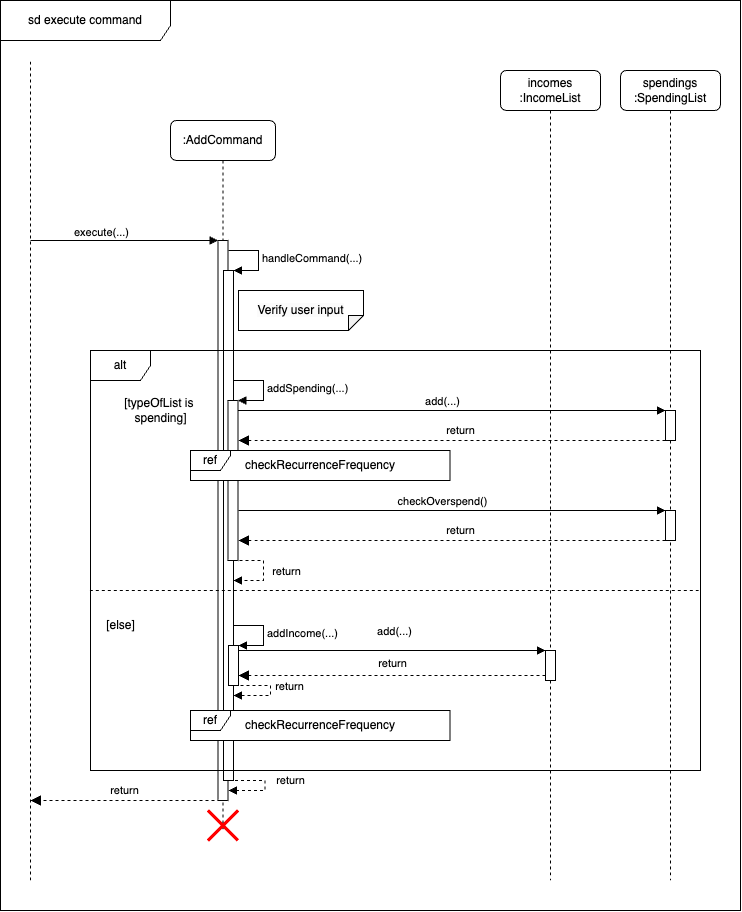
This is docs/Diagrams/Commands/addCommandSequence.png from wongwh2002/CS2113TeamProject, a draw.io export, as it was before one commit. Source tidied: cells renumbered, new cells last; positions are measured from the earlier drawing's top-left corner, leaving out a move shared by most shapes.
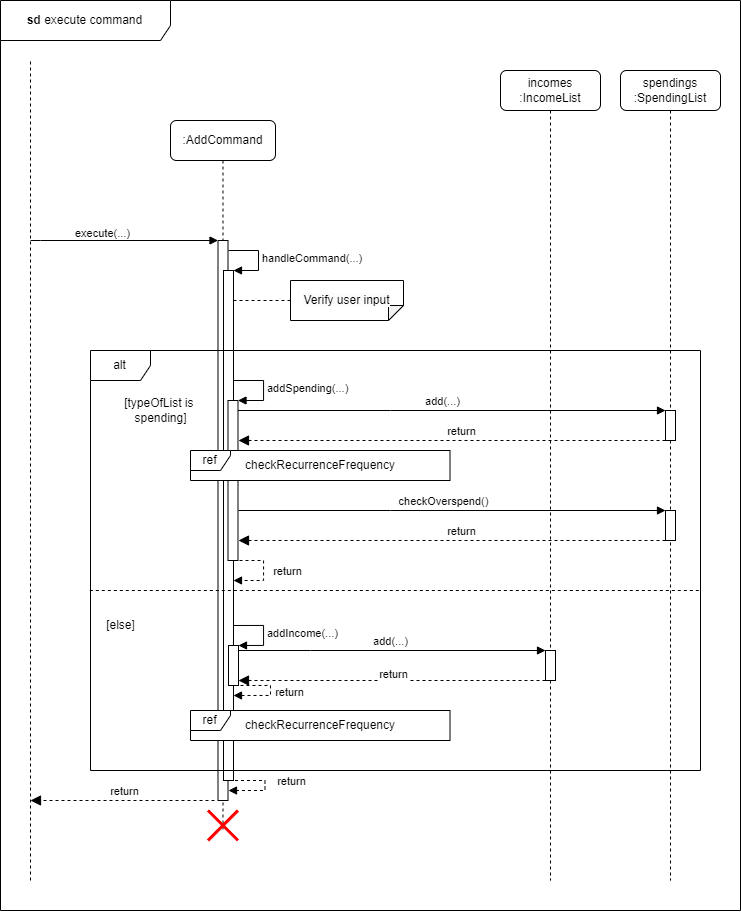
Later version of the same file.

The edit, as a diff of the source:
```diff
@@ -2,7 +2,7 @@
   <root>
     <mxCell id="0" />
     <mxCell id="1" parent="0" />
-    <mxCell id="2" value="sd execute command" style="shape=umlFrame;whiteSpace=wrap;html=1;swimlaneFillColor=default;width=170;height=40;" parent="1" vertex="1">
+    <mxCell id="2" value="&lt;b&gt;sd&lt;/b&gt; execute command" style="shape=umlFrame;whiteSpace=wrap;html=1;swimlaneFillColor=default;width=170;height=40;" parent="1" vertex="1">
       <mxGeometry width="740" height="910" as="geometry" />
     </mxCell>
     <mxCell id="3" value=":AddCommand" style="shape=umlLifeline;rounded=1;whiteSpace=wrap;html=1;newEdgeStyle={&quot;curved&quot;:0,&quot;rounded&quot;:0};targetShapes=umlLifeline;participant=label;perimeter=rectanglePerimeter;" parent="1" vertex="1">
@@ -106,16 +106,17 @@
       </mxGeometry>
     </mxCell>
     <mxCell id="25" value="add(...)" style="html=1;verticalAlign=bottom;endArrow=block;curved=0;rounded=0;" parent="1" edge="1" target="14">
-      <mxGeometry x="0.02" y="10" relative="1" as="geometry">
+      <mxGeometry x="-0.01" relative="1" as="geometry">
         <mxPoint x="238" y="650" as="sourcePoint" />
         <Array as="points">
           <mxPoint x="310" y="650" />
         </Array>
       </mxGeometry>
     </mxCell>
-    <mxCell id="26" style="html=1;verticalAlign=bottom;endArrow=block;dashed=1;endSize=8;curved=0;rounded=0;exitX=0;exitY=1;exitDx=0;exitDy=-5;entryX=1;entryY=1;entryDx=0;entryDy=-5;entryPerimeter=0;endFill=1;" parent="1" edge="1" source="14">
+    <mxCell id="26" style="html=1;verticalAlign=bottom;endArrow=block;dashed=1;endSize=8;curved=0;rounded=0;exitX=0;exitY=1;exitDx=0;exitDy=-5;entryX=1;entryY=1;entryDx=0;entryDy=-5;entryPerimeter=0;endFill=1;" parent="1" edge="1">
       <mxGeometry relative="1" as="geometry">
-        <mxPoint x="238" y="675" as="targetPoint" />
+        <mxPoint x="545" y="680" as="sourcePoint" />
+        <mxPoint x="238" y="680" as="targetPoint" />
       </mxGeometry>
     </mxCell>
     <mxCell id="27" style="endArrow=none;dashed=1;html=1;rounded=0;exitX=-0.001;exitY=0.532;exitDx=0;exitDy=0;exitPerimeter=0;" parent="1" edge="1">
@@ -160,12 +161,12 @@
       </mxGeometry>
     </mxCell>
     <mxCell id="32" value="return" style="edgeLabel;html=1;align=center;verticalAlign=middle;" parent="1" vertex="1">
-      <mxGeometry x="307.5" y="685" as="geometry">
+      <mxGeometry x="307.5" y="690" as="geometry">
         <mxPoint x="-19" y="1" as="offset" />
       </mxGeometry>
     </mxCell>
     <mxCell id="33" value="return" style="edgeLabel;html=1;align=center;verticalAlign=middle;" parent="1" vertex="1">
-      <mxGeometry x="290" y="660" as="geometry">
+      <mxGeometry x="290" y="670" as="geometry">
         <mxPoint x="102" y="3" as="offset" />
       </mxGeometry>
     </mxCell>
@@ -179,7 +180,7 @@
       </mxGeometry>
     </mxCell>
     <mxCell id="36" value="&lt;meta charset=&quot;utf-8&quot;&gt;&lt;span style=&quot;color: rgb(0, 0, 0); font-family: Helvetica; font-size: 12px; font-style: normal; font-variant-ligatures: normal; font-variant-caps: normal; font-weight: 400; letter-spacing: normal; orphans: 2; text-align: center; text-indent: 0px; text-transform: none; widows: 2; word-spacing: 0px; -webkit-text-stroke-width: 0px; white-space: nowrap; background-color: rgb(251, 251, 251); text-decoration-thickness: initial; text-decoration-style: initial; text-decoration-color: initial; display: inline !important; float: none;&quot;&gt;Verify user input&lt;/span&gt;" style="shape=note;whiteSpace=wrap;html=1;backgroundOutline=1;darkOpacity=0.05;flipV=1;size=15;" parent="1" vertex="1">
-      <mxGeometry x="238" y="290" width="125" height="40" as="geometry" />
+      <mxGeometry x="290" y="280" width="113" height="40" as="geometry" />
     </mxCell>
     <mxCell id="37" style="group;" parent="1" vertex="1">
       <mxGeometry x="190" y="450" width="259.5" height="30" as="geometry" />
@@ -231,5 +232,10 @@
         <mxPoint x="35" y="-12" as="offset" />
       </mxGeometry>
     </mxCell>
+    <mxCell id="48" style="endArrow=none;dashed=1;html=1;rounded=0;" parent="1" edge="1" source="5">
+      <mxGeometry relative="1" as="geometry">
+        <mxPoint x="290" y="300" as="targetPoint" />
+      </mxGeometry>
+    </mxCell>
   </root>
 </mxGraphModel>
```
